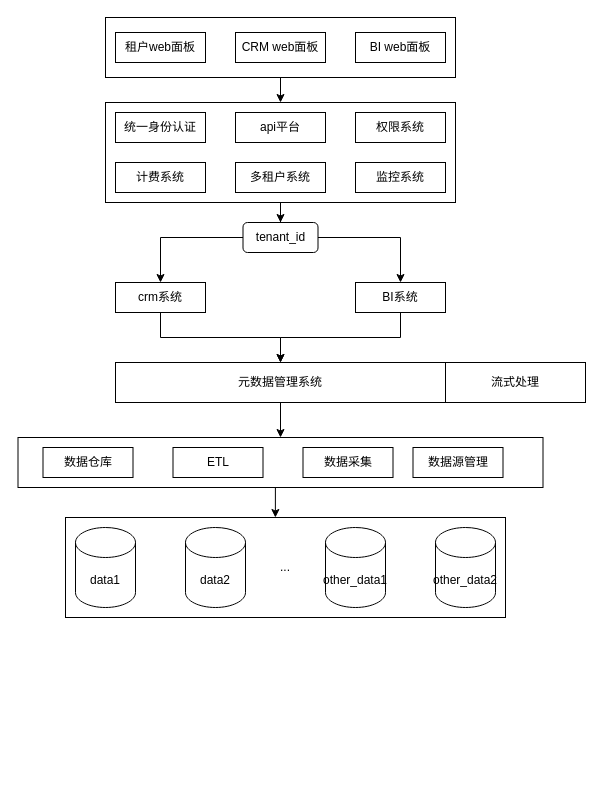
Above: Crm-Saas/crm-saas.drawio in zhangshuntao-ola/MyDraw (draw.io), before the change. Source tidied: cells renumbered, new cells numbered last; positions are measured from the earlier drawing's top-left corner, leaving out a move shared by most shapes. Both pictures are drawn from the tidied source at 100%, with x=0, y=0 at pixel (17, 17).
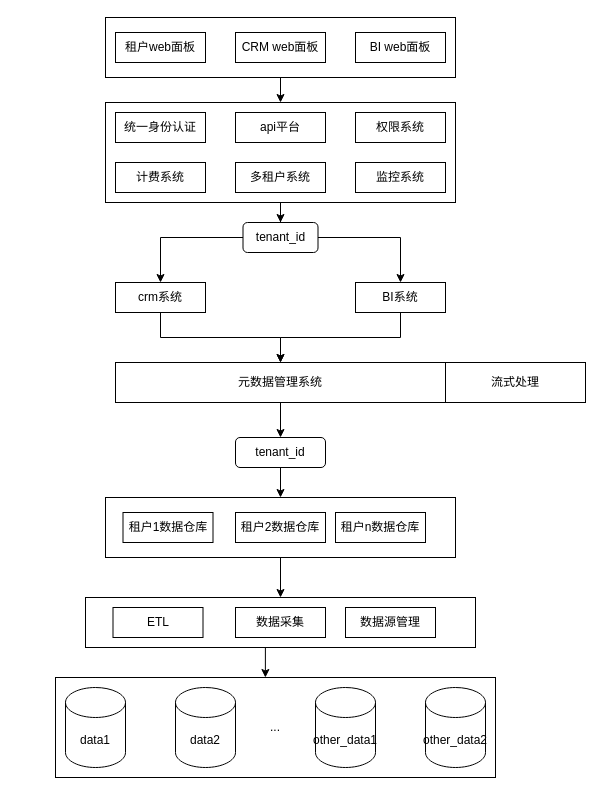
The same diagram, later.

Unchanged cells that the change refers to:
```xml
<mxCell id="27" value="元数据管理系统" style="rounded=0;whiteSpace=wrap;html=1;" parent="1" vertex="1">
  <mxGeometry x="98" y="345" width="330" height="40" as="geometry" />
</mxCell>
```

Change to the diagram source:
```diff
@@
+    <mxCell id="36" style="edgeStyle=orthogonalEdgeStyle;rounded=0;jettySize=auto;html=1;exitX=0.5;exitY=1;exitDx=0;exitDy=0;entryX=0.5;entryY=0;entryDx=0;entryDy=0;" parent="1" edge="1" source="37" target="2">
+      <mxGeometry relative="1" as="geometry" />
+    </mxCell>
+    <mxCell id="37" style="rounded=0;whiteSpace=wrap;html=1;" parent="1" vertex="1">
+      <mxGeometry x="88" y="480" width="350" height="60" as="geometry" />
+    </mxCell>
     <mxCell id="2" style="rounded=0;whiteSpace=wrap;html=1;" parent="1" vertex="1">
-      <mxGeometry x="0.5" y="420" width="525" height="50" as="geometry" />
+      <mxGeometry x="68" y="580" width="390" height="50" as="geometry" />
     </mxCell>
     <mxCell id="3" value="..." style="rounded=0;whiteSpace=wrap;html=1;" parent="1" vertex="1">
-      <mxGeometry x="48" y="500" width="440" height="100" as="geometry" />
+      <mxGeometry x="38" y="660" width="440" height="100" as="geometry" />
     </mxCell>
@@
     <mxCell id="13" value="ETL" style="rounded=0;whiteSpace=wrap;html=1;" parent="1" vertex="1">
-      <mxGeometry x="155.5" y="430" width="90" height="30" as="geometry" />
+      <mxGeometry x="95.5" y="590" width="90" height="30" as="geometry" />
     </mxCell>
@@
     <mxCell id="20" value="数据采集" style="rounded=0;whiteSpace=wrap;html=1;" parent="1" vertex="1">
-      <mxGeometry x="285.5" y="430" width="90" height="30" as="geometry" />
+      <mxGeometry x="218" y="590" width="90" height="30" as="geometry" />
     </mxCell>
@@
-    <mxCell id="26" style="edgeStyle=orthogonalEdgeStyle;rounded=0;jettySize=auto;html=1;exitX=0.5;exitY=1;exitDx=0;exitDy=0;entryX=0.5;entryY=0;entryDx=0;entryDy=0;" parent="1" edge="1" source="27" target="2">
-      <mxGeometry relative="1" as="geometry" />
-    </mxCell>
+    <mxCell id="38" style="edgeStyle=orthogonalEdgeStyle;rounded=0;jettySize=auto;html=1;" parent="1" edge="1" source="27" target="40">
+      <mxGeometry relative="1" as="geometry" />
+    </mxCell>
@@
-    <mxCell id="28" value="数据仓库" style="rounded=0;whiteSpace=wrap;html=1;" parent="1" vertex="1">
-      <mxGeometry x="25.5" y="430" width="90" height="30" as="geometry" />
-    </mxCell>
@@
     <mxCell id="30" value="data1" style="shape=cylinder3;whiteSpace=wrap;html=1;boundedLbl=1;backgroundOutline=1;size=15;" parent="1" vertex="1">
-      <mxGeometry x="58" y="510" width="60" height="80" as="geometry" />
+      <mxGeometry x="48" y="670" width="60" height="80" as="geometry" />
     </mxCell>
     <mxCell id="31" value="data2" style="shape=cylinder3;whiteSpace=wrap;html=1;boundedLbl=1;backgroundOutline=1;size=15;" parent="1" vertex="1">
-      <mxGeometry x="168" y="510" width="60" height="80" as="geometry" />
+      <mxGeometry x="158" y="670" width="60" height="80" as="geometry" />
     </mxCell>
     <mxCell id="32" value="other_data1" style="shape=cylinder3;whiteSpace=wrap;html=1;boundedLbl=1;backgroundOutline=1;size=15;" parent="1" vertex="1">
-      <mxGeometry x="308" y="510" width="60" height="80" as="geometry" />
+      <mxGeometry x="298" y="670" width="60" height="80" as="geometry" />
     </mxCell>
     <mxCell id="33" value="other_data2" style="shape=cylinder3;whiteSpace=wrap;html=1;boundedLbl=1;backgroundOutline=1;size=15;" parent="1" vertex="1">
-      <mxGeometry x="418" y="510" width="60" height="80" as="geometry" />
+      <mxGeometry x="408" y="670" width="60" height="80" as="geometry" />
     </mxCell>
@@
     <mxCell id="35" value="数据源管理" style="rounded=0;whiteSpace=wrap;html=1;" parent="1" vertex="1">
-      <mxGeometry x="395.5" y="430" width="90" height="30" as="geometry" />
+      <mxGeometry x="328" y="590" width="90" height="30" as="geometry" />
     </mxCell>
+    <mxCell id="39" style="edgeStyle=orthogonalEdgeStyle;rounded=0;jettySize=auto;html=1;entryX=0.5;entryY=0;entryDx=0;entryDy=0;" parent="1" edge="1" source="40" target="37">
+      <mxGeometry relative="1" as="geometry" />
+    </mxCell>
+    <mxCell id="40" value="tenant_id" style="rounded=1;whiteSpace=wrap;html=1;" parent="1" vertex="1">
+      <mxGeometry x="218" y="420" width="90" height="30" as="geometry" />
+    </mxCell>
+    <mxCell id="41" value="租户1数据仓库" style="rounded=0;whiteSpace=wrap;html=1;" parent="1" vertex="1">
+      <mxGeometry x="105.5" y="495" width="90" height="30" as="geometry" />
+    </mxCell>
+    <mxCell id="42" value="租户2数据仓库" style="rounded=0;whiteSpace=wrap;html=1;" parent="1" vertex="1">
+      <mxGeometry x="218" y="495" width="90" height="30" as="geometry" />
+    </mxCell>
+    <mxCell id="43" value="租户n数据仓库" style="rounded=0;whiteSpace=wrap;html=1;" parent="1" vertex="1">
+      <mxGeometry x="318" y="495" width="90" height="30" as="geometry" />
+    </mxCell>
```
